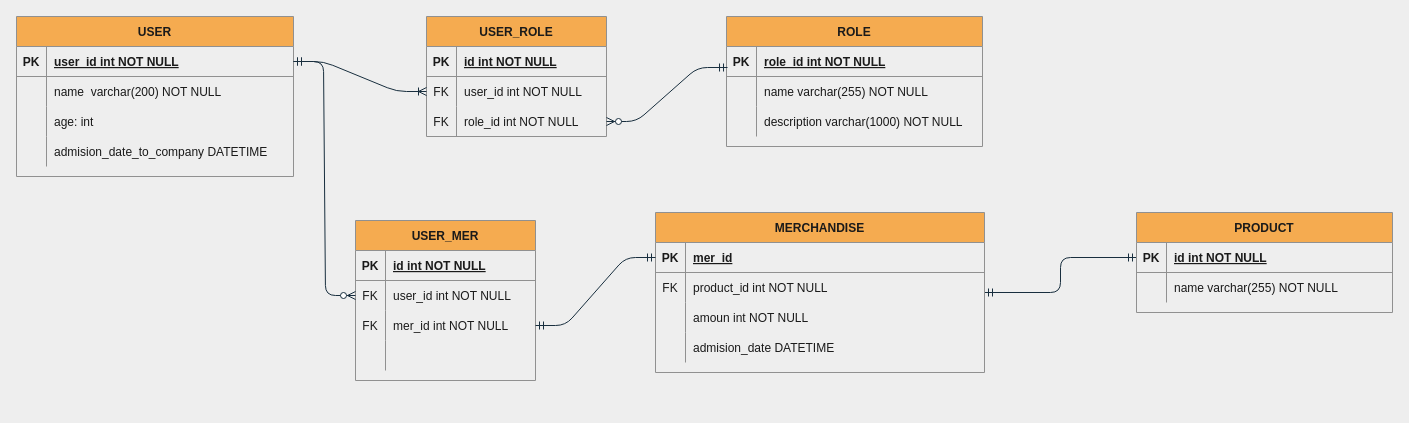
elverarroyave/challange_nexos keeps this draw.io diagram as page "EntidadRelacion" (4 of 4) of nexos.drawio. Above is the earlier version. Source tidied: cells renumbered, new cells numbered last; positions are measured from the earlier drawing's top-left corner, leaving out a move shared by most shapes. Both pictures are drawn from the tidied source at 100%, with x=0, y=0 at pixel (16, 16).
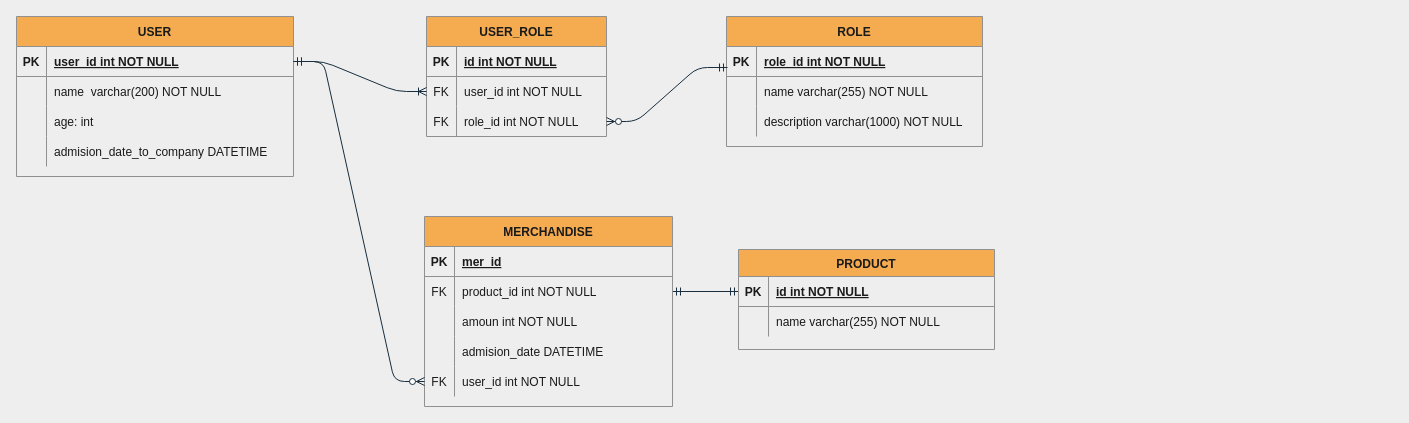
After the change.

Unchanged cells that the change refers to:
```xml
<mxCell id="3" style="shape=partialRectangle;fillColor=none;top=0;left=0;bottom=1;right=0;points=[[0,0.5],[1,0.5]];portConstraint=eastwest;strokeColor=#909090;fontColor=#1A1A1A;" parent="2" vertex="1">
  <mxGeometry y="30" width="277" height="30" as="geometry" />
</mxCell>
```

Diff of the diagram source:
```diff
@@
-    <mxCell id="15" style="edgeStyle=orthogonalEdgeStyle;curved=0;rounded=1;sketch=0;jettySize=auto;html=1;entryX=0;entryY=0.5;entryDx=0;entryDy=0;fontColor=#1A1A1A;startArrow=ERmandOne;startFill=0;endArrow=ERmandOne;endFill=0;strokeColor=#182E3E;" parent="1" edge="1" source="16" target="67">
+    <mxCell id="15" style="edgeStyle=orthogonalEdgeStyle;curved=0;rounded=1;sketch=0;jettySize=auto;html=1;entryX=0;entryY=0.5;entryDx=0;entryDy=0;fontColor=#1A1A1A;startArrow=ERmandOne;startFill=0;endArrow=ERmandOne;endFill=0;strokeColor=#182E3E;exitX=1;exitY=0.5;exitDx=0;exitDy=0;" parent="1" edge="1" source="20" target="67">
       <mxGeometry relative="1" as="geometry" />
     </mxCell>
     <mxCell id="16" value="MERCHANDISE" style="shape=table;startSize=30;childLayout=tableLayout;rowLines=0;fontStyle=1;align=center;rounded=0;sketch=0;fontColor=#1A1A1A;strokeColor=#909090;fillColor=#F5AB50;" parent="1" vertex="1">
-      <mxGeometry x="639" y="196" width="329" height="160" as="geometry" />
+      <mxGeometry x="408" y="200" width="248" height="190" as="geometry" />
     </mxCell>
     <mxCell id="17" style="shape=partialRectangle;fillColor=none;top=0;left=0;bottom=1;right=0;points=[[0,0.5],[1,0.5]];portConstraint=eastwest;strokeColor=#909090;fontColor=#1A1A1A;" parent="16" vertex="1">
-      <mxGeometry y="30" width="329" height="30" as="geometry" />
+      <mxGeometry y="30" width="248" height="30" as="geometry" />
     </mxCell>
@@
     <mxCell id="19" value="mer_id" style="shape=partialRectangle;fillColor=none;top=0;left=0;bottom=0;right=0;align=left;spacingLeft=6;fontStyle=5;overflow=hidden;strokeColor=#909090;fontColor=#1A1A1A;" parent="17" vertex="1">
-      <mxGeometry x="30" width="299" height="30" as="geometry" />
+      <mxGeometry x="30" width="218" height="30" as="geometry" />
     </mxCell>
     <mxCell id="20" style="shape=partialRectangle;fillColor=none;top=0;left=0;bottom=0;right=0;points=[[0,0.5],[1,0.5]];portConstraint=eastwest;strokeColor=#909090;fontColor=#1A1A1A;" parent="16" vertex="1">
-      <mxGeometry y="60" width="329" height="30" as="geometry" />
+      <mxGeometry y="60" width="248" height="30" as="geometry" />
     </mxCell>
@@
     <mxCell id="22" value="product_id int NOT NULL" style="shape=partialRectangle;fillColor=none;top=0;left=0;bottom=0;right=0;align=left;spacingLeft=6;overflow=hidden;strokeColor=#909090;fontColor=#1A1A1A;" parent="20" vertex="1">
-      <mxGeometry x="30" width="299" height="30" as="geometry" />
+      <mxGeometry x="30" width="218" height="30" as="geometry" />
     </mxCell>
     <mxCell id="23" style="shape=partialRectangle;fillColor=none;top=0;left=0;bottom=0;right=0;strokeColor=#909090;fontColor=#1A1A1A;" parent="16" vertex="1">
-      <mxGeometry y="90" width="329" height="30" as="geometry" />
+      <mxGeometry y="90" width="248" height="30" as="geometry" />
     </mxCell>
@@
     <mxCell id="25" value="amoun int NOT NULL" style="shape=partialRectangle;fillColor=none;top=0;left=0;bottom=0;right=0;align=left;spacingLeft=6;overflow=hidden;strokeColor=#909090;fontColor=#1A1A1A;" parent="23" vertex="1">
-      <mxGeometry x="30" width="299" height="30" as="geometry" />
+      <mxGeometry x="30" width="218" height="30" as="geometry" />
     </mxCell>
     <mxCell id="26" style="shape=partialRectangle;fillColor=none;top=0;left=0;bottom=0;right=0;strokeColor=#909090;fontColor=#1A1A1A;" parent="16" vertex="1">
-      <mxGeometry y="120" width="329" height="30" as="geometry" />
+      <mxGeometry y="120" width="248" height="30" as="geometry" />
     </mxCell>
@@
     <mxCell id="28" value="admision_date DATETIME" style="shape=partialRectangle;fillColor=none;top=0;left=0;bottom=0;right=0;align=left;spacingLeft=6;overflow=hidden;strokeColor=#909090;fontColor=#1A1A1A;" parent="26" vertex="1">
-      <mxGeometry x="30" width="299" height="30" as="geometry" />
+      <mxGeometry x="30" width="218" height="30" as="geometry" />
     </mxCell>
+    <mxCell id="73" style="shape=partialRectangle;fillColor=none;top=0;left=0;bottom=0;right=0;points=[[0,0.5],[1,0.5]];portConstraint=eastwest;strokeColor=#909090;fontColor=#1A1A1A;" parent="16" vertex="1">
+      <mxGeometry y="150" width="248" height="30" as="geometry" />
+    </mxCell>
+    <mxCell id="74" value="FK" style="shape=partialRectangle;fillColor=none;top=0;left=0;bottom=0;right=0;overflow=hidden;strokeColor=#909090;fontColor=#1A1A1A;" parent="73" vertex="1">
+      <mxGeometry width="30" height="30" as="geometry" />
+    </mxCell>
+    <mxCell id="55" value="user_id int NOT NULL" style="shape=partialRectangle;fillColor=none;top=0;left=0;bottom=0;right=0;align=left;spacingLeft=6;overflow=hidden;strokeColor=#909090;fontColor=#1A1A1A;" parent="73" vertex="1">
+      <mxGeometry x="30" width="218" height="30" as="geometry" />
+    </mxCell>
@@
-    <mxCell id="49" value="USER_MER" style="shape=table;startSize=30;childLayout=tableLayout;rowLines=0;fontStyle=1;align=center;rounded=0;sketch=0;fontColor=#1A1A1A;strokeColor=#909090;fillColor=#F5AB50;" parent="1" vertex="1">
-      <mxGeometry x="339" y="204" width="180" height="160" as="geometry" />
-    </mxCell>
-    <mxCell id="50" style="shape=partialRectangle;fillColor=none;top=0;left=0;bottom=1;right=0;strokeColor=#909090;fontColor=#1A1A1A;" parent="49" vertex="1">
-      <mxGeometry y="30" width="180" height="30" as="geometry" />
-    </mxCell>
-    <mxCell id="51" value="PK" style="shape=partialRectangle;fillColor=none;top=0;left=0;bottom=0;right=0;fontStyle=1;overflow=hidden;strokeColor=#909090;fontColor=#1A1A1A;" parent="50" vertex="1">
-      <mxGeometry width="30" height="30" as="geometry" />
-    </mxCell>
-    <mxCell id="52" value="id int NOT NULL" style="shape=partialRectangle;fillColor=none;top=0;left=0;bottom=0;right=0;align=left;spacingLeft=6;fontStyle=5;overflow=hidden;strokeColor=#909090;fontColor=#1A1A1A;" parent="50" vertex="1">
-      <mxGeometry x="30" width="150" height="30" as="geometry" />
-    </mxCell>
-    <mxCell id="53" style="shape=partialRectangle;fillColor=none;top=0;left=0;bottom=0;right=0;points=[[0,0.5],[1,0.5]];portConstraint=eastwest;strokeColor=#909090;fontColor=#1A1A1A;" parent="49" vertex="1">
-      <mxGeometry y="60" width="180" height="30" as="geometry" />
-    </mxCell>
-    <mxCell id="54" value="FK" style="shape=partialRectangle;fillColor=none;top=0;left=0;bottom=0;right=0;overflow=hidden;strokeColor=#909090;fontColor=#1A1A1A;" parent="53" vertex="1">
-      <mxGeometry width="30" height="30" as="geometry" />
-    </mxCell>
-    <mxCell id="55" value="user_id int NOT NULL" style="shape=partialRectangle;fillColor=none;top=0;left=0;bottom=0;right=0;align=left;spacingLeft=6;overflow=hidden;strokeColor=#909090;fontColor=#1A1A1A;" parent="53" vertex="1">
-      <mxGeometry x="30" width="150" height="30" as="geometry" />
-    </mxCell>
-    <mxCell id="56" style="shape=partialRectangle;fillColor=none;top=0;left=0;bottom=0;right=0;points=[[0,0.5],[1,0.5]];portConstraint=eastwest;strokeColor=#909090;fontColor=#1A1A1A;" parent="49" vertex="1">
-      <mxGeometry y="90" width="180" height="30" as="geometry" />
-    </mxCell>
-    <mxCell id="57" value="FK" style="shape=partialRectangle;fillColor=none;top=0;left=0;bottom=0;right=0;overflow=hidden;strokeColor=#909090;fontColor=#1A1A1A;" parent="56" vertex="1">
-      <mxGeometry width="30" height="30" as="geometry" />
-    </mxCell>
-    <mxCell id="58" value="mer_id int NOT NULL" style="shape=partialRectangle;fillColor=none;top=0;left=0;bottom=0;right=0;align=left;spacingLeft=6;overflow=hidden;strokeColor=#909090;fontColor=#1A1A1A;" parent="56" vertex="1">
-      <mxGeometry x="30" width="150" height="30" as="geometry" />
-    </mxCell>
-    <mxCell id="59" style="shape=partialRectangle;fillColor=none;top=0;left=0;bottom=0;right=0;strokeColor=#909090;fontColor=#1A1A1A;" parent="49" vertex="1">
-      <mxGeometry y="120" width="180" height="30" as="geometry" />
-    </mxCell>
-    <mxCell id="60" style="shape=partialRectangle;fillColor=none;top=0;left=0;bottom=0;right=0;overflow=hidden;strokeColor=#909090;fontColor=#1A1A1A;" parent="59" vertex="1">
-      <mxGeometry width="30" height="30" as="geometry" />
-    </mxCell>
-    <mxCell id="61" style="shape=partialRectangle;fillColor=none;top=0;left=0;bottom=0;right=0;align=left;spacingLeft=6;overflow=hidden;strokeColor=#909090;fontColor=#1A1A1A;" parent="59" vertex="1">
-      <mxGeometry x="30" width="150" height="30" as="geometry" />
-    </mxCell>
@@
-    <mxCell id="64" style="edgeStyle=entityRelationEdgeStyle;fontSize=12;html=1;endArrow=ERmandOne;startArrow=ERzeroToMany;fontColor=#1A1A1A;strokeColor=#182E3E;startFill=1;endFill=0;labelBackgroundColor=#EEEEEE;" parent="1" edge="1" source="53" target="3">
+    <mxCell id="64" style="edgeStyle=entityRelationEdgeStyle;fontSize=12;html=1;endArrow=ERmandOne;startArrow=ERzeroToMany;fontColor=#1A1A1A;strokeColor=#182E3E;startFill=1;endFill=0;labelBackgroundColor=#EEEEEE;exitX=0;exitY=0.5;exitDx=0;exitDy=0;" parent="1" edge="1" source="73" target="3">
       <mxGeometry relative="1" as="geometry" />
     </mxCell>
-    <mxCell id="65" style="edgeStyle=entityRelationEdgeStyle;fontSize=12;html=1;endArrow=ERmandOne;startArrow=ERmandOne;fontColor=#1A1A1A;strokeColor=#182E3E;labelBackgroundColor=#EEEEEE;exitX=1;exitY=0.5;exitDx=0;exitDy=0;entryX=0;entryY=0.5;entryDx=0;entryDy=0;" parent="1" edge="1" source="56" target="17">
-      <mxGeometry relative="1" as="geometry" />
-    </mxCell>
-    <mxCell id="66" value="PRODUCT" style="shape=table;startSize=30;childLayout=tableLayout;rowLines=0;fontStyle=1;align=center;rounded=0;sketch=0;fontColor=#1A1A1A;strokeColor=#909090;fillColor=#F5AB50;" parent="1" vertex="1">
-      <mxGeometry x="1120" y="196" width="256" height="100" as="geometry" />
+    <mxCell id="66" value="PRODUCT" style="shape=table;startSize=27;childLayout=tableLayout;rowLines=0;fontStyle=1;align=center;rounded=0;sketch=0;fontColor=#1A1A1A;strokeColor=#909090;fillColor=#F5AB50;" parent="1" vertex="1">
+      <mxGeometry x="722" y="233" width="256" height="100" as="geometry" />
     </mxCell>
     <mxCell id="67" style="shape=partialRectangle;fillColor=none;top=0;left=0;bottom=1;right=0;points=[[0,0.5],[1,0.5]];portConstraint=eastwest;strokeColor=#909090;fontColor=#1A1A1A;" parent="66" vertex="1">
-      <mxGeometry y="30" width="256" height="30" as="geometry" />
+      <mxGeometry y="27" width="256" height="30" as="geometry" />
     </mxCell>
@@
     <mxCell id="70" style="shape=partialRectangle;fillColor=none;top=0;left=0;bottom=0;right=0;strokeColor=#909090;fontColor=#1A1A1A;" parent="66" vertex="1">
-      <mxGeometry y="60" width="256" height="30" as="geometry" />
+      <mxGeometry y="57" width="256" height="30" as="geometry" />
     </mxCell>
```
